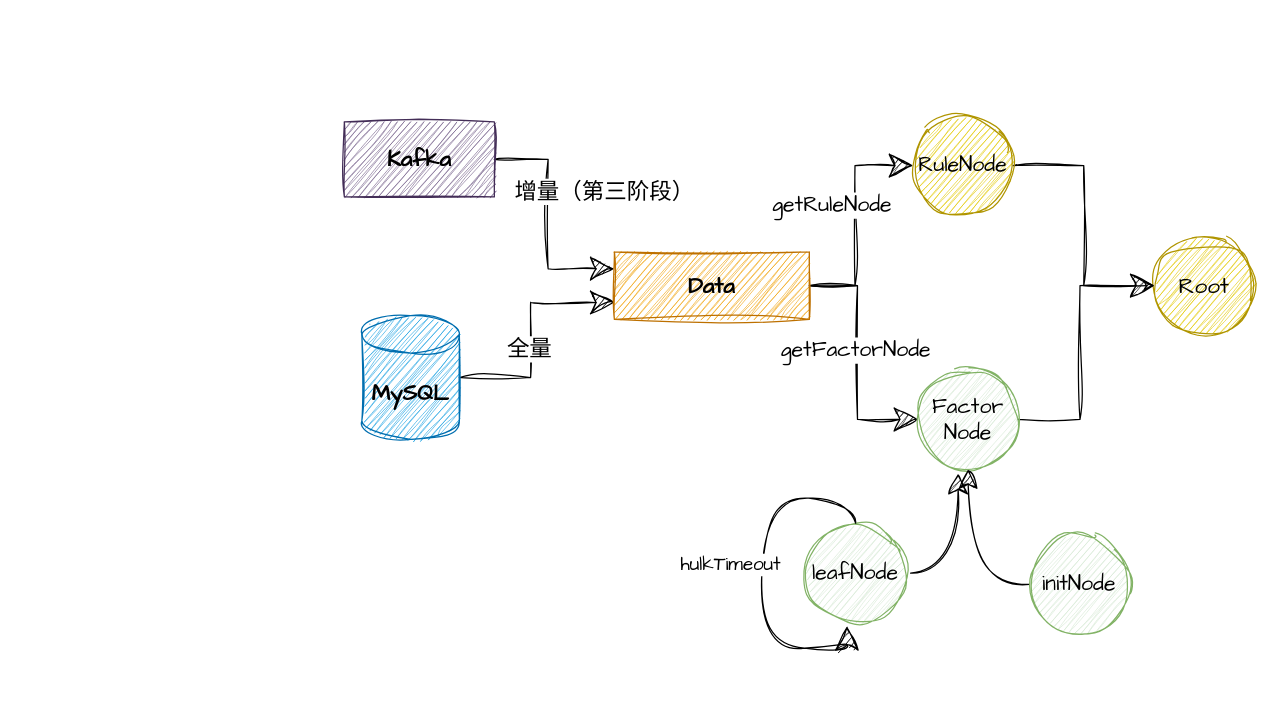
Pumpkin9841/pictures keeps this draw.io diagram as 构造树节点流程图.drawio. Above is the earlier version. Source tidied: cells renumbered, new cells numbered last; positions are measured from the earlier drawing's top-left corner, leaving out a move shared by most shapes. Both pictures are drawn from the tidied source at 125%, with x=0, y=0 at pixel (344, 115).
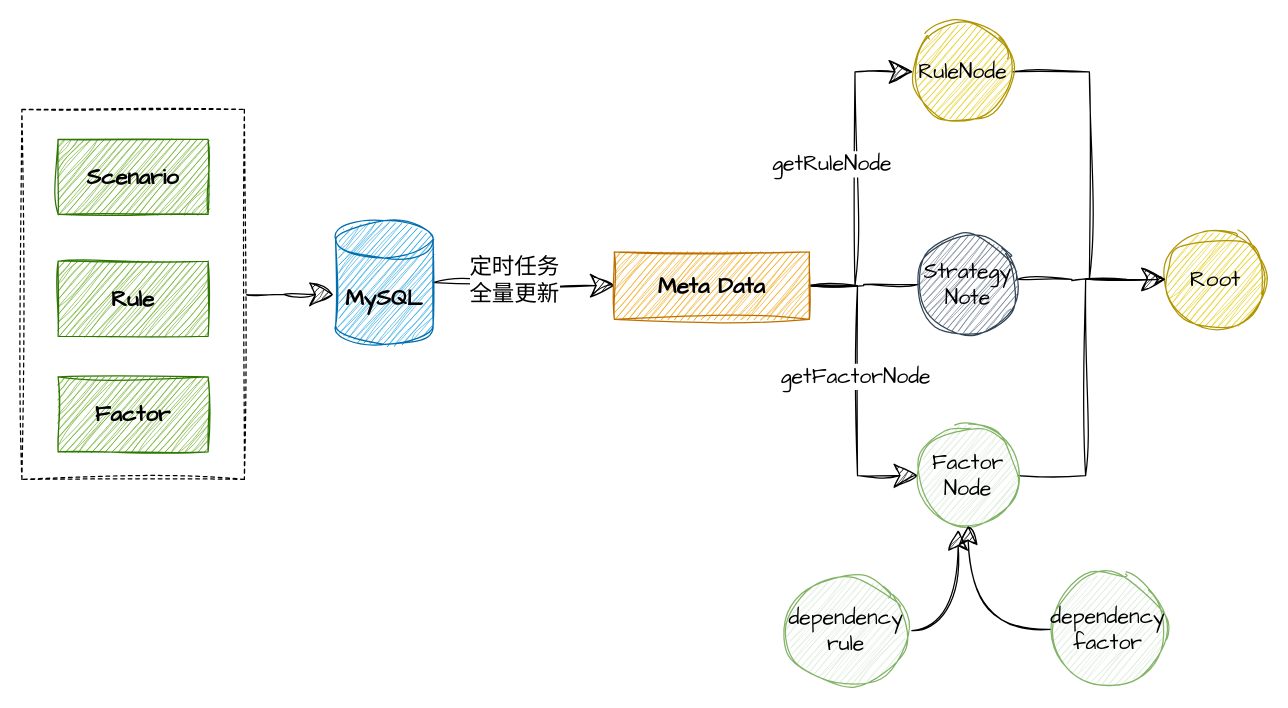
Above is the later version.

Commit message:
更新构造树节点流程图.drawio

Diff of the diagram source:
```diff
@@
-    <mxCell id="2" style="edgeStyle=orthogonalEdgeStyle;rounded=0;jettySize=auto;html=1;entryX=0;entryY=0.75;entryDx=0;entryDy=0;sketch=1;curveFitting=1;jiggle=2;targetPerimeterSpacing=10;endSize=17;" parent="1" edge="1" source="4" target="12">
+    <mxCell id="2" style="edgeStyle=orthogonalEdgeStyle;rounded=0;jettySize=auto;html=1;entryX=0;entryY=0.5;entryDx=0;entryDy=0;sketch=1;curveFitting=1;jiggle=2;targetPerimeterSpacing=10;endSize=17;" parent="1" edge="1" source="4" target="12">
       <mxGeometry relative="1" as="geometry" />
     </mxCell>
-    <mxCell id="3" value="&lt;font face=&quot;Comic Sans MS&quot; style=&quot;font-size: 18px;&quot;&gt;全量&lt;/font&gt;" style="edgeLabel;html=1;align=center;verticalAlign=middle;" parent="2" vertex="1">
+    <mxCell id="3" value="&lt;font face=&quot;Comic Sans MS&quot; style=&quot;font-size: 18px;&quot;&gt;定时任务&lt;br&gt;全量更新&lt;/font&gt;" style="edgeLabel;html=1;align=center;verticalAlign=middle;" parent="2" vertex="1">
       <mxGeometry x="-0.13" y="2" relative="1" as="geometry" />
     </mxCell>
     <mxCell id="4" value="&lt;h4&gt;&lt;font face=&quot;Comic Sans MS&quot; style=&quot;font-size: 18px;&quot; color=&quot;#000000&quot;&gt;MySQL&lt;/font&gt;&lt;/h4&gt;" style="shape=cylinder3;whiteSpace=wrap;html=1;boundedLbl=1;backgroundOutline=1;size=15;sketch=1;curveFitting=1;jiggle=2;shadow=0;fillColor=#1ba1e2;strokeColor=#006EAF;fontColor=#ffffff;" parent="1" vertex="1">
-      <mxGeometry x="14" y="160" width="78" height="99" as="geometry" />
+      <mxGeometry x="-7" y="84" width="78" height="99" as="geometry" />
     </mxCell>
-    <mxCell id="5" style="edgeStyle=orthogonalEdgeStyle;rounded=0;jettySize=auto;html=1;exitX=1;exitY=0.5;exitDx=0;exitDy=0;entryX=0;entryY=0.25;entryDx=0;entryDy=0;sketch=1;curveFitting=1;jiggle=2;targetPerimeterSpacing=10;endSize=17;" parent="1" edge="1" source="7" target="12">
-      <mxGeometry relative="1" as="geometry" />
-    </mxCell>
-    <mxCell id="6" value="&lt;font style=&quot;font-size: 18px;&quot;&gt;增量（第三阶段）&lt;/font&gt;" style="edgeLabel;html=1;align=center;verticalAlign=middle;" parent="5" vertex="1">
-      <mxGeometry x="-0.29" y="-2" relative="1" as="geometry">
-        <mxPoint x="46" y="3" as="offset" />
-      </mxGeometry>
-    </mxCell>
-    <mxCell id="7" value="&lt;h4 style=&quot;border-color: var(--border-color);&quot;&gt;&lt;font style=&quot;border-color: var(--border-color); font-size: 18px;&quot; face=&quot;Comic Sans MS&quot; color=&quot;#000000&quot;&gt;Kafka&lt;/font&gt;&lt;/h4&gt;" style="rounded=0;whiteSpace=wrap;html=1;sketch=1;curveFitting=1;jiggle=2;glass=0;shadow=0;fillColor=#76608a;fontColor=#ffffff;strokeColor=#432D57;" parent="1" vertex="1">
-      <mxGeometry y="5" width="120" height="60" as="geometry" />
-    </mxCell>
@@
+    <mxCell id="24" style="edgeStyle=orthogonalEdgeStyle;rounded=0;jettySize=auto;html=1;entryX=0;entryY=0.5;entryDx=0;entryDy=0;sketch=1;curveFitting=1;jiggle=2;targetPerimeterSpacing=7;endArrow=none;endFill=0;endSize=9;" parent="1" edge="1" source="12" target="31">
+      <mxGeometry relative="1" as="geometry" />
+    </mxCell>
-    <mxCell id="12" value="&lt;h4 style=&quot;border-color: var(--border-color);&quot;&gt;&lt;font style=&quot;border-color: var(--border-color); font-size: 18px;&quot; face=&quot;Comic Sans MS&quot; color=&quot;#000000&quot;&gt;Data&lt;/font&gt;&lt;/h4&gt;" style="rounded=0;whiteSpace=wrap;html=1;sketch=1;curveFitting=1;jiggle=2;glass=0;shadow=0;fillColor=#f0a30a;strokeColor=#BD7000;fontColor=#000000;" parent="1" vertex="1">
+    <mxCell id="12" value="&lt;h4 style=&quot;border-color: var(--border-color);&quot;&gt;&lt;font style=&quot;border-color: var(--border-color); font-size: 18px;&quot; face=&quot;Comic Sans MS&quot; color=&quot;#000000&quot;&gt;Meta Data&lt;/font&gt;&lt;/h4&gt;" style="rounded=0;whiteSpace=wrap;html=1;sketch=1;curveFitting=1;jiggle=2;glass=0;shadow=0;fillColor=#f0a30a;strokeColor=#BD7000;fontColor=#000000;" parent="1" vertex="1">
       <mxGeometry x="216" y="109" width="156" height="54" as="geometry" />
     </mxCell>
     <mxCell id="13" value="&lt;font face=&quot;Comic Sans MS&quot;&gt;&lt;span style=&quot;font-size: 18px;&quot;&gt;Root&lt;/span&gt;&lt;/font&gt;" style="ellipse;whiteSpace=wrap;html=1;fillColor=#e3c800;strokeColor=#B09500;fontColor=#000000;rounded=0;sketch=1;curveFitting=1;jiggle=2;glass=0;shadow=0;" parent="1" vertex="1">
-      <mxGeometry x="648" y="96" width="80" height="80" as="geometry" />
+      <mxGeometry x="657" y="91" width="80" height="80" as="geometry" />
     </mxCell>
@@
     <mxCell id="15" value="&lt;font style=&quot;font-size: 17px;&quot; face=&quot;Comic Sans MS&quot;&gt;RuleNode&lt;/font&gt;" style="ellipse;whiteSpace=wrap;html=1;fillColor=#e3c800;strokeColor=#B09500;fontColor=#000000;rounded=0;sketch=1;curveFitting=1;jiggle=2;glass=0;shadow=0;" parent="1" vertex="1">
-      <mxGeometry x="455" width="80" height="80" as="geometry" />
+      <mxGeometry x="455" y="-75" width="80" height="80" as="geometry" />
     </mxCell>
@@
     <mxCell id="17" value="&lt;font style=&quot;font-size: 17px;&quot; face=&quot;Comic Sans MS&quot;&gt;Factor&lt;br&gt;Node&lt;/font&gt;" style="ellipse;whiteSpace=wrap;html=1;fillColor=#d5e8d4;strokeColor=#82b366;rounded=0;sketch=1;curveFitting=1;jiggle=2;glass=0;shadow=0;" parent="1" vertex="1">
-      <mxGeometry x="459" y="203" width="80" height="80" as="geometry" />
+      <mxGeometry x="459" y="248" width="80" height="80" as="geometry" />
     </mxCell>
@@
-    <mxCell id="19" value="&lt;font face=&quot;Comic Sans MS&quot;&gt;&lt;span style=&quot;font-size: 17px;&quot;&gt;leafNode&lt;/span&gt;&lt;/font&gt;" style="ellipse;whiteSpace=wrap;html=1;fillColor=#d5e8d4;strokeColor=#82b366;rounded=0;sketch=1;curveFitting=1;jiggle=2;glass=0;shadow=0;" parent="1" vertex="1">
-      <mxGeometry x="369" y="326" width="80" height="80" as="geometry" />
+    <mxCell id="19" value="&lt;font face=&quot;Comic Sans MS&quot;&gt;&lt;span style=&quot;font-size: 17px;&quot;&gt;dependency&lt;br&gt;rule&lt;br&gt;&lt;/span&gt;&lt;/font&gt;" style="ellipse;whiteSpace=wrap;html=1;fillColor=#d5e8d4;strokeColor=#82b366;rounded=0;sketch=1;curveFitting=1;jiggle=2;glass=0;shadow=0;" parent="1" vertex="1">
+      <mxGeometry x="353" y="368" width="97" height="88" as="geometry" />
     </mxCell>
@@
-    <mxCell id="21" value="&lt;font face=&quot;Comic Sans MS&quot;&gt;&lt;span style=&quot;font-size: 17px;&quot;&gt;initNode&lt;/span&gt;&lt;/font&gt;" style="ellipse;whiteSpace=wrap;html=1;fillColor=#d5e8d4;strokeColor=#82b366;rounded=0;sketch=1;curveFitting=1;jiggle=2;glass=0;shadow=0;" parent="1" vertex="1">
-      <mxGeometry x="548" y="335" width="80" height="80" as="geometry" />
+    <mxCell id="21" value="&lt;font face=&quot;Comic Sans MS&quot;&gt;&lt;span style=&quot;font-size: 17px;&quot;&gt;dependency&lt;br&gt;factor&lt;br&gt;&lt;/span&gt;&lt;/font&gt;" style="ellipse;whiteSpace=wrap;html=1;fillColor=#d5e8d4;strokeColor=#82b366;rounded=0;sketch=1;curveFitting=1;jiggle=2;glass=0;shadow=0;" parent="1" vertex="1">
+      <mxGeometry x="565" y="366" width="92" height="90" as="geometry" />
     </mxCell>
-    <mxCell id="22" style="edgeStyle=orthogonalEdgeStyle;rounded=0;orthogonalLoop=1;jettySize=auto;html=1;entryX=0.413;entryY=1.031;entryDx=0;entryDy=0;entryPerimeter=0;curved=1;endSize=17;sketch=1;curveFitting=1;jiggle=2;" parent="1" edge="1" source="19" target="19">
-      <mxGeometry relative="1" as="geometry">
-        <Array as="points">
-          <mxPoint x="409" y="306" />
-          <mxPoint x="334" y="306" />
-          <mxPoint x="334" y="426" />
-          <mxPoint x="402" y="426" />
-        </Array>
-      </mxGeometry>
-    </mxCell>
-    <mxCell id="23" value="&lt;font style=&quot;font-size: 15px;&quot; face=&quot;Comic Sans MS&quot;&gt;hulkTimeout&lt;/font&gt;" style="edgeLabel;html=1;align=center;verticalAlign=middle;" parent="22" vertex="1">
-      <mxGeometry x="-0.14" relative="1" as="geometry">
-        <mxPoint x="-26" y="18" as="offset" />
-      </mxGeometry>
-    </mxCell>
+    <mxCell id="25" style="edgeStyle=orthogonalEdgeStyle;rounded=0;jettySize=auto;html=1;exitX=1;exitY=0.5;exitDx=0;exitDy=0;entryX=-0.02;entryY=0.597;entryDx=0;entryDy=0;entryPerimeter=0;sketch=1;curveFitting=1;jiggle=2;targetPerimeterSpacing=10;endSize=17;" parent="1" edge="1" source="26" target="4">
+      <mxGeometry relative="1" as="geometry" />
+    </mxCell>
+    <mxCell id="26" style="rounded=0;whiteSpace=wrap;html=1;sketch=1;curveFitting=1;jiggle=2;dashed=1;" parent="1" vertex="1">
+      <mxGeometry x="-258" y="-5" width="178" height="296" as="geometry" />
+    </mxCell>
+    <mxCell id="27" value="&lt;h4 style=&quot;border-color: var(--border-color);&quot;&gt;&lt;font style=&quot;border-color: var(--border-color); font-size: 18px;&quot; face=&quot;Comic Sans MS&quot; color=&quot;#000000&quot;&gt;Scenario&lt;/font&gt;&lt;/h4&gt;" style="rounded=0;whiteSpace=wrap;html=1;sketch=1;curveFitting=1;jiggle=2;glass=0;shadow=0;fillColor=#60a917;fontColor=#ffffff;strokeColor=#2D7600;" parent="1" vertex="1">
+      <mxGeometry x="-229" y="19" width="120" height="60" as="geometry" />
+    </mxCell>
+    <mxCell id="28" value="&lt;h4 style=&quot;border-color: var(--border-color);&quot;&gt;&lt;font style=&quot;border-color: var(--border-color); font-size: 18px;&quot; face=&quot;Comic Sans MS&quot; color=&quot;#000000&quot;&gt;Rule&lt;/font&gt;&lt;/h4&gt;" style="rounded=0;whiteSpace=wrap;html=1;sketch=1;curveFitting=1;jiggle=2;glass=0;shadow=0;fillColor=#60a917;fontColor=#ffffff;strokeColor=#2D7600;" parent="1" vertex="1">
+      <mxGeometry x="-229" y="116.5" width="120" height="60" as="geometry" />
+    </mxCell>
+    <mxCell id="29" value="&lt;h4 style=&quot;border-color: var(--border-color);&quot;&gt;&lt;font style=&quot;border-color: var(--border-color); font-size: 18px;&quot; face=&quot;Comic Sans MS&quot; color=&quot;#000000&quot;&gt;Factor&lt;/font&gt;&lt;/h4&gt;" style="rounded=0;whiteSpace=wrap;html=1;sketch=1;curveFitting=1;jiggle=2;glass=0;shadow=0;fillColor=#60a917;fontColor=#ffffff;strokeColor=#2D7600;" parent="1" vertex="1">
+      <mxGeometry x="-229" y="209" width="120" height="60" as="geometry" />
+    </mxCell>
+    <mxCell id="30" style="edgeStyle=orthogonalEdgeStyle;rounded=0;jettySize=auto;html=1;endArrow=none;endFill=0;shadow=0;sketch=1;curveFitting=1;jiggle=2;targetPerimeterSpacing=8;endSize=9;" parent="1" edge="1" source="31">
+      <mxGeometry relative="1" as="geometry">
+        <mxPoint x="625.9" y="131" as="targetPoint" />
+        <Array as="points">
+          <mxPoint x="582" y="131" />
+          <mxPoint x="626" y="132" />
+        </Array>
+      </mxGeometry>
+    </mxCell>
+    <mxCell id="31" value="&lt;font style=&quot;font-size: 17px;&quot; face=&quot;Comic Sans MS&quot;&gt;&lt;font color=&quot;#000000&quot;&gt;Strategy&lt;br&gt;Note&lt;/font&gt;&lt;br&gt;&lt;/font&gt;" style="ellipse;whiteSpace=wrap;html=1;fillColor=#647687;strokeColor=#314354;fontColor=#ffffff;rounded=0;sketch=1;curveFitting=1;jiggle=2;glass=0;shadow=0;" parent="1" vertex="1">
+      <mxGeometry x="459" y="95" width="80" height="80" as="geometry" />
+    </mxCell>
```
